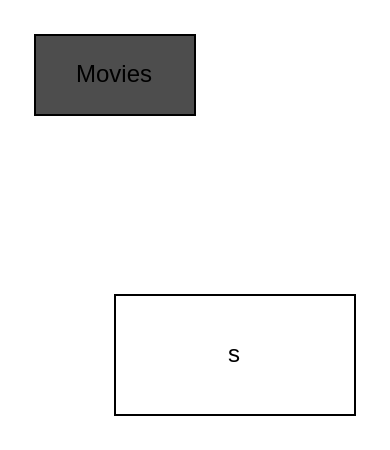
Earlier version of the draw.io diagram Untitled Diagram.drawio (parzival-3x/MuseumDBProject). Source tidied: cells renumbered, new cells numbered last; positions are measured from the earlier drawing's top-left corner, leaving out a move shared by most shapes. Both pictures are drawn from the tidied source at 200%, with x=0, y=0 at pixel (34, 34).
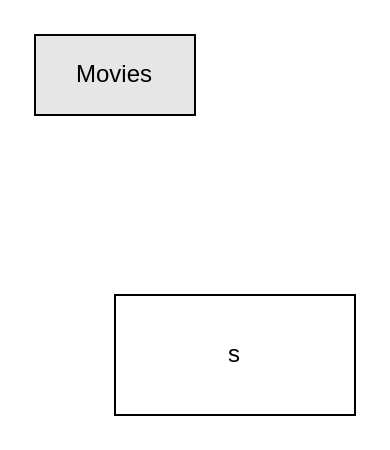
The same diagram, later.

The edit, as a diff of the source:
```diff
@@
 <mxGraphModel>
   <root>
     <mxCell id="0" />
     <mxCell id="1" parent="0" />
     <mxCell id="2" value="s" style="rounded=0;whiteSpace=wrap;html=1;" parent="1" vertex="1">
       <mxGeometry x="40" y="130" width="120" height="60" as="geometry" />
     </mxCell>
-    <mxCell id="3" value="Movies" style="rounded=0;whiteSpace=wrap;html=1;labelBackgroundColor=#4D4D4D;fillColor=#4D4D4D;" parent="1" vertex="1">
+    <mxCell id="3" value="&lt;span style=&quot;&quot;&gt;Movies&lt;/span&gt;" style="rounded=0;whiteSpace=wrap;html=1;labelBackgroundColor=none;fillColor=#E6E6E6;strokeColor=default;align=center;fontColor=default;" parent="1" vertex="1">
       <mxGeometry width="80" height="40" as="geometry" />
     </mxCell>
   </root>
 </mxGraphModel>
```
